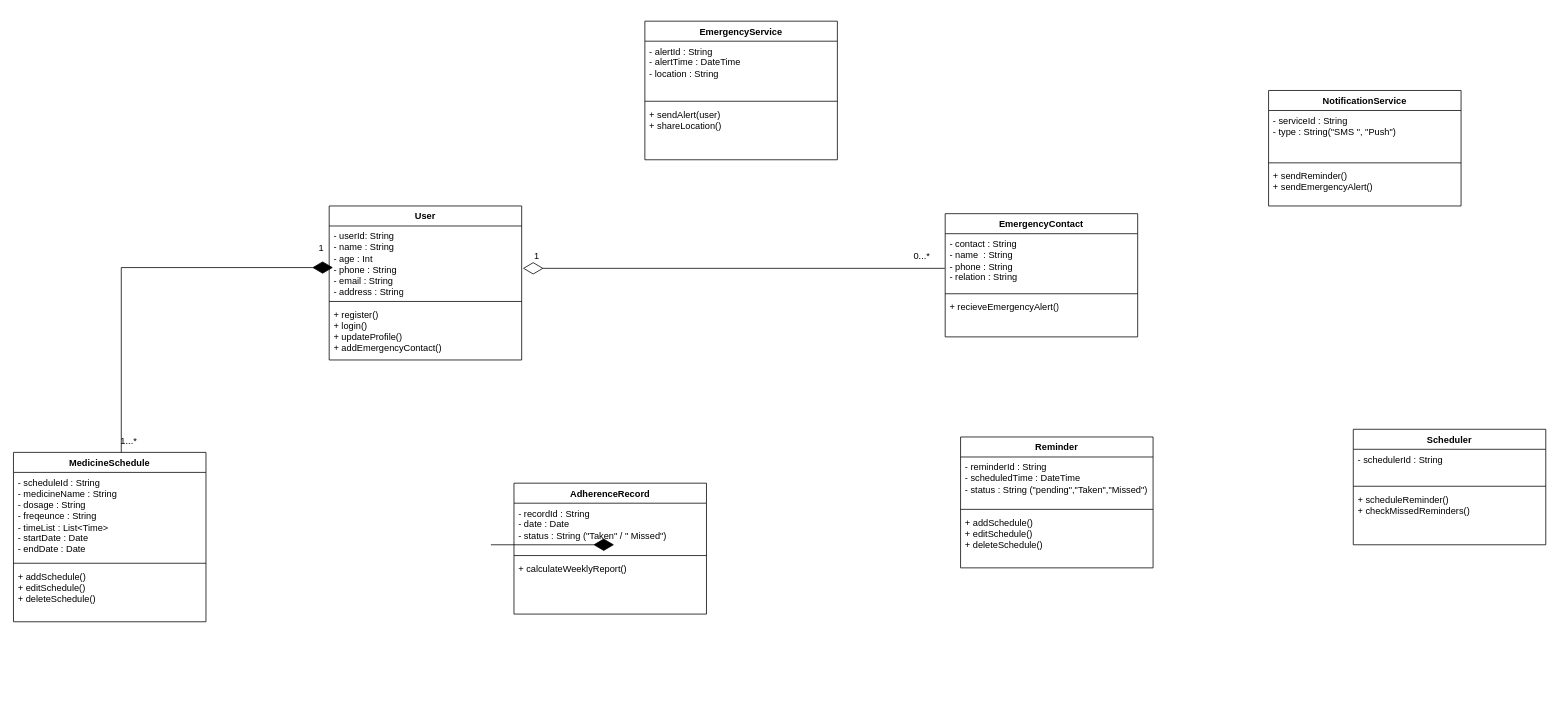
Earlier version of the draw.io diagram docs/classdiagram.drawio (chamodyashakunthala/medguardian-architecture). Source tidied: cells renumbered, new cells numbered last; positions are measured from the earlier drawing's top-left corner, leaving out a move shared by most shapes. Both pictures are drawn from the tidied source at 77%, with x=0, y=0 at pixel (13, 21).
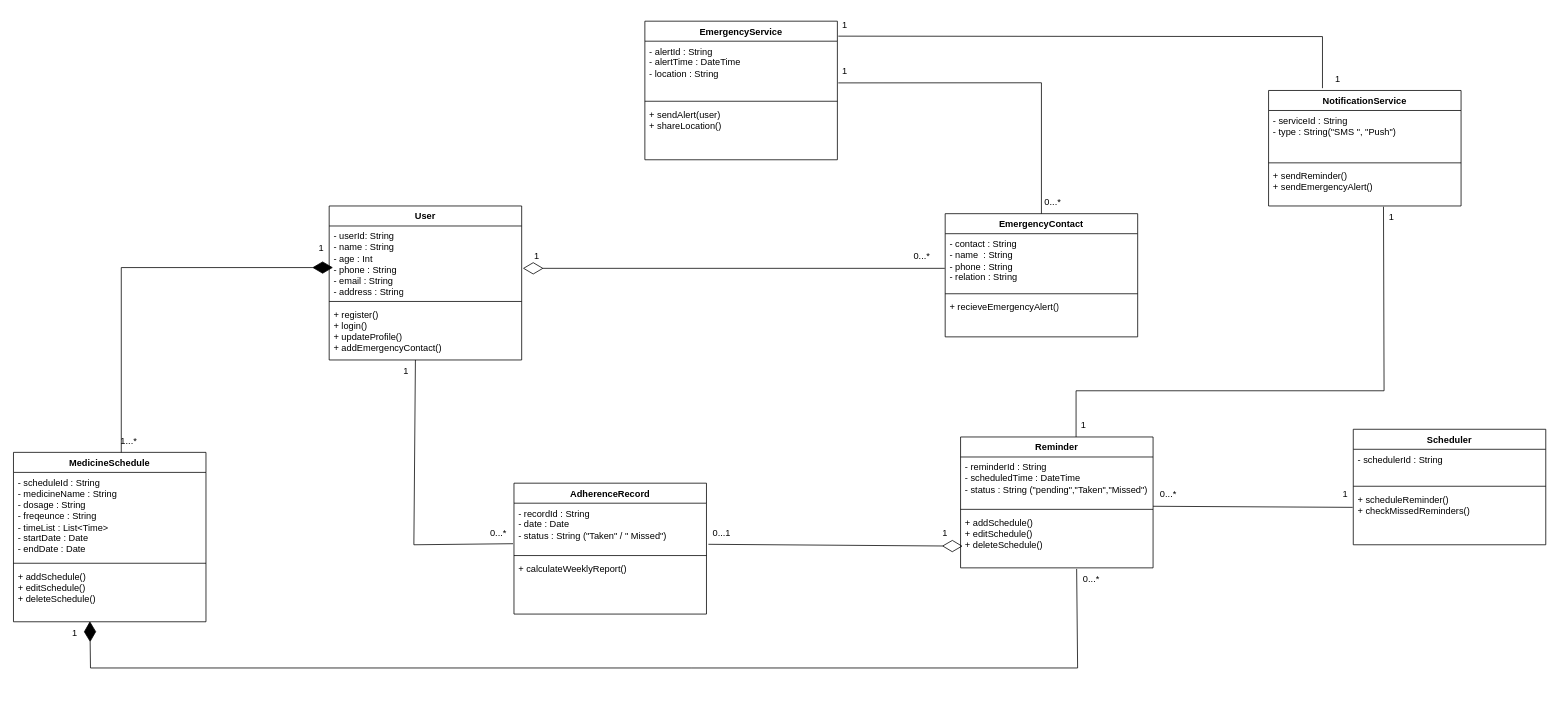
The same page after the edit.

Unchanged cells that the change refers to:
```xml
<mxCell id="6" value="EmergencyContact" style="swimlane;fontStyle=1;align=center;verticalAlign=top;horizontal=1;startSize=26;whiteSpace=wrap;html=1;" parent="1" vertex="1">
  <mxGeometry x="1210" y="250" width="250" height="160" as="geometry" />
</mxCell>
<mxCell id="13" value="&lt;div&gt;+ addSchedule()&lt;/div&gt;&lt;div&gt;+ editSchedule()&lt;/div&gt;&lt;div&gt;+ deleteSchedule()&lt;/div&gt;" style="text;strokeColor=none;fillColor=none;align=left;verticalAlign=top;spacingLeft=4;spacingRight=4;overflow=hidden;points=[[0,0.5],[1,0.5]];portConstraint=eastwest;whiteSpace=wrap;html=1;" parent="10" vertex="1">
  <mxGeometry y="148" width="250" height="72" as="geometry" />
</mxCell>
<mxCell id="17" value="&lt;div&gt;+ addSchedule()&lt;/div&gt;&lt;div&gt;+ editSchedule()&lt;/div&gt;&lt;div&gt;+ deleteSchedule()&lt;/div&gt;" style="text;strokeColor=none;fillColor=none;align=left;verticalAlign=top;spacingLeft=4;spacingRight=4;overflow=hidden;points=[[0,0.5],[1,0.5]];portConstraint=eastwest;whiteSpace=wrap;html=1;" parent="14" vertex="1">
  <mxGeometry y="98" width="250" height="72" as="geometry" />
</mxCell>
<mxCell id="19" value="- recordId : String&lt;div&gt;- date : Date&lt;/div&gt;&lt;div&gt;- status : String (&quot;Taken&quot; / &quot; Missed&quot;)&lt;/div&gt;" style="text;strokeColor=none;fillColor=none;align=left;verticalAlign=top;spacingLeft=4;spacingRight=4;overflow=hidden;points=[[0,0.5],[1,0.5]];portConstraint=eastwest;whiteSpace=wrap;html=1;" parent="18" vertex="1">
  <mxGeometry y="26" width="250" height="64" as="geometry" />
</mxCell>
<mxCell id="22" value=" EmergencyService" style="swimlane;fontStyle=1;align=center;verticalAlign=top;horizontal=1;startSize=26;whiteSpace=wrap;html=1;" parent="1" vertex="1">
  <mxGeometry x="820" width="250" height="180" as="geometry" />
</mxCell>
<mxCell id="23" value="- alertId : String&lt;div&gt;- alertTime : DateTime&lt;/div&gt;&lt;div&gt;- location : String&lt;/div&gt;" style="text;strokeColor=none;fillColor=none;align=left;verticalAlign=top;spacingLeft=4;spacingRight=4;overflow=hidden;points=[[0,0.5],[1,0.5]];portConstraint=eastwest;whiteSpace=wrap;html=1;" parent="22" vertex="1">
  <mxGeometry y="26" width="250" height="74" as="geometry" />
</mxCell>
<mxCell id="29" value="&lt;div&gt;+ sendReminder()&lt;/div&gt;&lt;div&gt;+ sendEmergencyAlert()&lt;/div&gt;" style="text;strokeColor=none;fillColor=none;align=left;verticalAlign=top;spacingLeft=4;spacingRight=4;overflow=hidden;points=[[0,0.5],[1,0.5]];portConstraint=eastwest;whiteSpace=wrap;html=1;" parent="26" vertex="1">
  <mxGeometry y="98" width="250" height="52" as="geometry" />
</mxCell>
<mxCell id="33" value="&lt;div&gt;+ scheduleReminder()&lt;/div&gt;&lt;div&gt;+ checkMissedReminders()&lt;/div&gt;" style="text;strokeColor=none;fillColor=none;align=left;verticalAlign=top;spacingLeft=4;spacingRight=4;overflow=hidden;points=[[0,0.5],[1,0.5]];portConstraint=eastwest;whiteSpace=wrap;html=1;" parent="30" vertex="1">
  <mxGeometry y="78" width="250" height="72" as="geometry" />
</mxCell>
```

Change to the diagram source:
```diff
@@
-    <mxCell id="40" style="endArrow=diamondThin;endFill=1;endSize=24;html=1;rounded=0;" parent="1" edge="1">
+    <mxCell id="40" style="endArrow=diamondThin;endFill=1;endSize=24;html=1;rounded=0;exitX=0.603;exitY=1.019;exitDx=0;exitDy=0;exitPerimeter=0;entryX=0.397;entryY=0.992;entryDx=0;entryDy=0;entryPerimeter=0;" parent="1" edge="1" source="17" target="13">
       <mxGeometry relative="1" as="geometry">
-        <mxPoint x="620" y="680" as="sourcePoint" />
-        <mxPoint x="780" y="680" as="targetPoint" />
+        <Array as="points">
+          <mxPoint x="1382" y="840" />
+          <mxPoint x="880" y="840" />
+          <mxPoint x="100" y="840" />
+        </Array>
       </mxGeometry>
     </mxCell>
+    <mxCell id="41" value="0...*" style="text;html=1;whiteSpace=wrap;strokeColor=none;fillColor=none;align=center;verticalAlign=middle;rounded=0;" parent="1" vertex="1">
+      <mxGeometry x="1370" y="710" width="60" height="30" as="geometry" />
+    </mxCell>
+    <mxCell id="42" value="1" style="text;html=1;whiteSpace=wrap;strokeColor=none;fillColor=none;align=center;verticalAlign=middle;rounded=0;" parent="1" vertex="1">
+      <mxGeometry x="50" y="780" width="60" height="30" as="geometry" />
+    </mxCell>
+    <mxCell id="43" style="endArrow=diamondThin;endFill=0;endSize=24;html=1;rounded=0;exitX=1.01;exitY=0.834;exitDx=0;exitDy=0;exitPerimeter=0;entryX=0.011;entryY=0.608;entryDx=0;entryDy=0;entryPerimeter=0;" parent="1" edge="1" source="19" target="17">
+      <mxGeometry relative="1" as="geometry" />
+    </mxCell>
+    <mxCell id="44" value="1" style="text;html=1;whiteSpace=wrap;strokeColor=none;fillColor=none;align=center;verticalAlign=middle;rounded=0;" parent="1" vertex="1">
+      <mxGeometry x="1180" y="650" width="60" height="30" as="geometry" />
+    </mxCell>
+    <mxCell id="45" value="0...1" style="text;html=1;whiteSpace=wrap;strokeColor=none;fillColor=none;align=center;verticalAlign=middle;rounded=0;" parent="1" vertex="1">
+      <mxGeometry x="890" y="650" width="60" height="30" as="geometry" />
+    </mxCell>
+    <mxCell id="46" style="endArrow=none;html=1;rounded=0;exitX=-0.005;exitY=0.822;exitDx=0;exitDy=0;exitPerimeter=0;" parent="1" edge="1" source="19">
+      <mxGeometry relative="1" as="geometry">
+        <mxPoint x="522" y="440" as="targetPoint" />
+        <Array as="points">
+          <mxPoint x="520" y="680" />
+        </Array>
+      </mxGeometry>
+    </mxCell>
+    <mxCell id="47" value="1" style="text;html=1;whiteSpace=wrap;strokeColor=none;fillColor=none;align=center;verticalAlign=middle;rounded=0;" parent="1" vertex="1">
+      <mxGeometry x="480" y="440" width="60" height="30" as="geometry" />
+    </mxCell>
+    <mxCell id="48" value="0...*" style="text;html=1;whiteSpace=wrap;strokeColor=none;fillColor=none;align=center;verticalAlign=middle;rounded=0;" parent="1" vertex="1">
+      <mxGeometry x="600" y="650" width="60" height="30" as="geometry" />
+    </mxCell>
+    <mxCell id="49" style="endArrow=none;html=1;rounded=0;entryX=0.5;entryY=0;entryDx=0;entryDy=0;exitX=1.005;exitY=0.732;exitDx=0;exitDy=0;exitPerimeter=0;" parent="1" edge="1" source="23" target="6">
+      <mxGeometry relative="1" as="geometry">
+        <Array as="points">
+          <mxPoint x="1335" y="80" />
+        </Array>
+      </mxGeometry>
+    </mxCell>
+    <mxCell id="50" value="1" style="text;html=1;whiteSpace=wrap;strokeColor=none;fillColor=none;align=center;verticalAlign=middle;rounded=0;" parent="1" vertex="1">
+      <mxGeometry x="1050" y="50" width="60" height="30" as="geometry" />
+    </mxCell>
+    <mxCell id="51" value="0...*" style="text;html=1;whiteSpace=wrap;strokeColor=none;fillColor=none;align=center;verticalAlign=middle;rounded=0;" parent="1" vertex="1">
+      <mxGeometry x="1320" y="220" width="60" height="30" as="geometry" />
+    </mxCell>
+    <mxCell id="52" style="endArrow=none;html=1;rounded=0;exitX=1.04;exitY=1;exitDx=0;exitDy=0;exitPerimeter=0;entryX=-0.003;entryY=0.325;entryDx=0;entryDy=0;entryPerimeter=0;" parent="1" edge="1" target="33">
+      <mxGeometry relative="1" as="geometry">
+        <mxPoint x="1480" y="630" as="sourcePoint" />
+      </mxGeometry>
+    </mxCell>
+    <mxCell id="53" value="1" style="text;html=1;whiteSpace=wrap;strokeColor=none;fillColor=none;align=center;verticalAlign=middle;rounded=0;" parent="1" vertex="1">
+      <mxGeometry x="1700" y="600" width="60" height="30" as="geometry" />
+    </mxCell>
+    <mxCell id="54" value="0...*" style="text;html=1;whiteSpace=wrap;strokeColor=none;fillColor=none;align=center;verticalAlign=middle;rounded=0;" parent="1" vertex="1">
+      <mxGeometry x="1470" y="600" width="60" height="30" as="geometry" />
+    </mxCell>
+    <mxCell id="55" style="endArrow=none;html=1;rounded=0;entryX=0.597;entryY=1.019;entryDx=0;entryDy=0;entryPerimeter=0;" parent="1" edge="1" target="29">
+      <mxGeometry relative="1" as="geometry">
+        <mxPoint x="1380" y="540" as="sourcePoint" />
+        <Array as="points">
+          <mxPoint x="1380" y="480" />
+          <mxPoint x="1780" y="480" />
+        </Array>
+      </mxGeometry>
+    </mxCell>
+    <mxCell id="56" value="1" style="text;html=1;whiteSpace=wrap;strokeColor=none;fillColor=none;align=center;verticalAlign=middle;rounded=0;" parent="1" vertex="1">
+      <mxGeometry x="1760" y="240" width="60" height="30" as="geometry" />
+    </mxCell>
+    <mxCell id="57" value="1" style="text;html=1;whiteSpace=wrap;strokeColor=none;fillColor=none;align=center;verticalAlign=middle;rounded=0;" parent="1" vertex="1">
+      <mxGeometry x="1360" y="510" width="60" height="30" as="geometry" />
+    </mxCell>
+    <mxCell id="58" style="endArrow=none;html=1;rounded=0;exitX=1.005;exitY=0.108;exitDx=0;exitDy=0;exitPerimeter=0;" parent="1" edge="1" source="22">
+      <mxGeometry relative="1" as="geometry">
+        <mxPoint x="1700" y="87" as="targetPoint" />
+        <Array as="points">
+          <mxPoint x="1700" y="20" />
+        </Array>
+      </mxGeometry>
+    </mxCell>
+    <mxCell id="59" value="1" style="text;html=1;whiteSpace=wrap;strokeColor=none;fillColor=none;align=center;verticalAlign=middle;rounded=0;" parent="1" vertex="1">
+      <mxGeometry x="1050" y="-10" width="60" height="30" as="geometry" />
+    </mxCell>
+    <mxCell id="60" value="1" style="text;html=1;whiteSpace=wrap;strokeColor=none;fillColor=none;align=center;verticalAlign=middle;rounded=0;" parent="1" vertex="1">
+      <mxGeometry x="1690" y="60" width="60" height="30" as="geometry" />
+    </mxCell>
```
